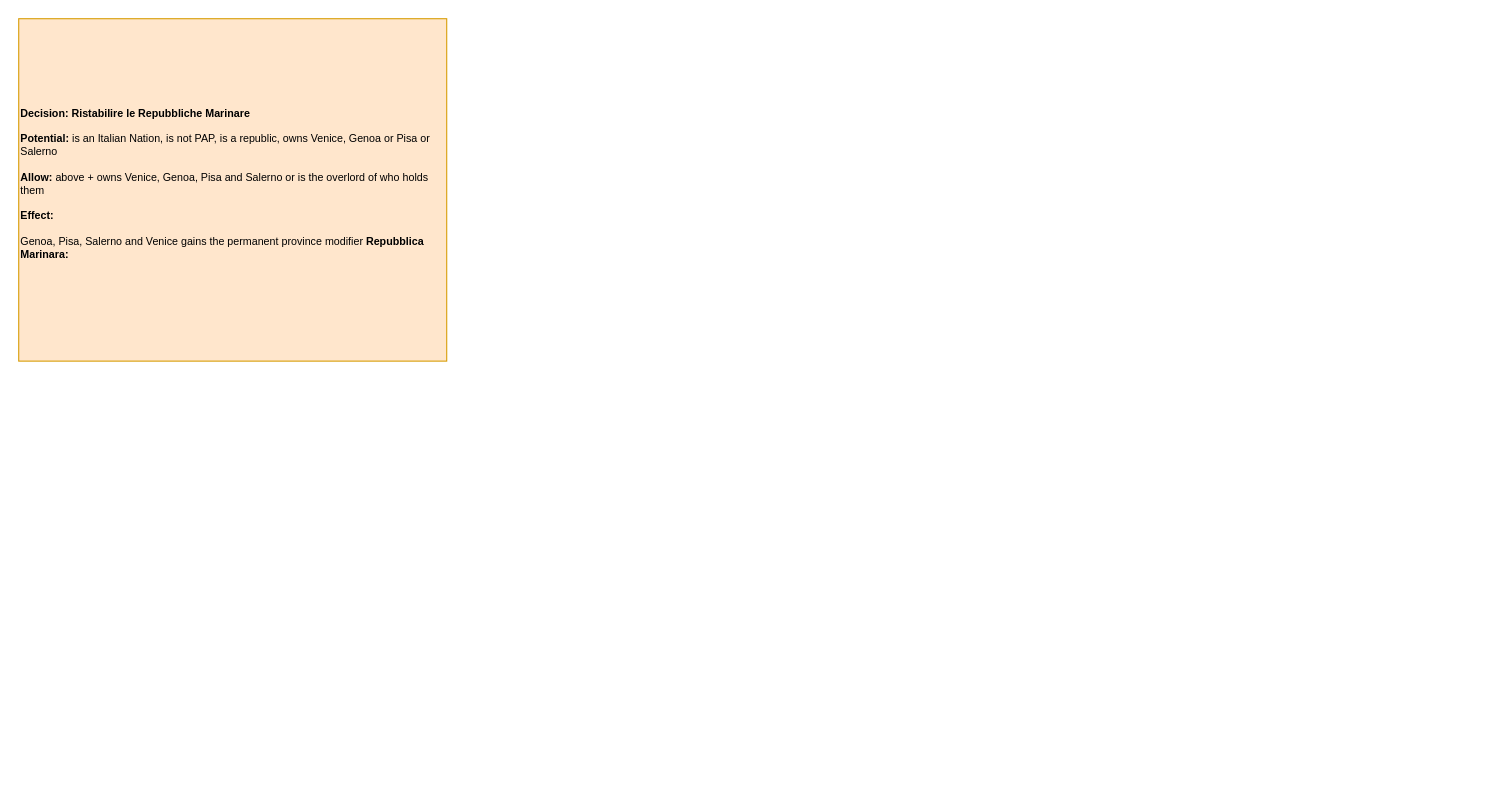
Above: page "Dec/Building" (4 of 4) of It's Spaghetti Time/It's Spaghetti Time.drawio in Melvasul/Missions-Expanded (draw.io), before the change. Source tidied: cells renumbered, new cells numbered last; positions are measured from the earlier drawing's top-left corner, leaving out a move shared by most shapes. Both pictures are drawn from the tidied source at 107%, with x=0, y=0 at pixel (18, 18).
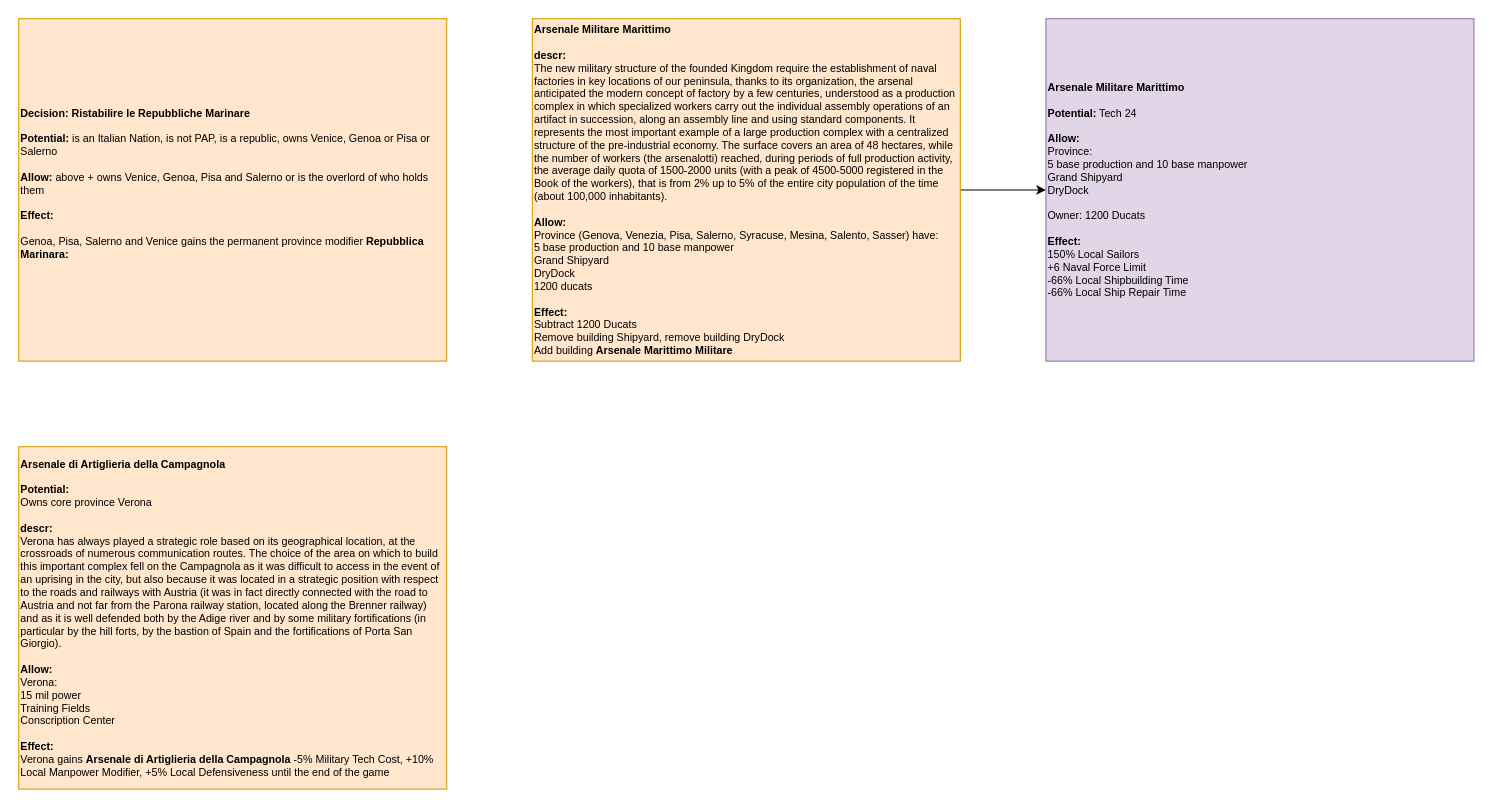
The same diagram, later.

The edit, as a diff of the source:
```diff
@@
 <mxGraphModel>
   <root>
     <mxCell id="0" />
     <mxCell id="1" parent="0" />
-    <mxCell id="2" value="&lt;div style=&quot;font-size: 10px&quot; align=&quot;left&quot;&gt;&lt;b style=&quot;font-size: 10px&quot;&gt;Decision: Ristabilire le Repubbliche Marinare&lt;/b&gt;&lt;/div&gt;&lt;div style=&quot;font-size: 10px&quot; align=&quot;left&quot;&gt;&lt;br style=&quot;font-size: 10px&quot;&gt;&lt;/div&gt;&lt;div style=&quot;font-size: 10px&quot; align=&quot;left&quot;&gt;&lt;b style=&quot;font-size: 10px&quot;&gt;Potential: &lt;/b&gt;is an Italian Nation, is not PAP, is a republic, owns Venice, Genoa or Pisa or Salerno&lt;/div&gt;&lt;div style=&quot;font-size: 10px&quot; align=&quot;left&quot;&gt;&lt;br&gt;&lt;/div&gt;&lt;div style=&quot;font-size: 10px&quot; align=&quot;left&quot;&gt;&lt;b style=&quot;font-size: 10px&quot;&gt;Allow:&lt;/b&gt;&amp;nbsp;above + owns Venice, Genoa, Pisa and Salerno or is the overlord of who holds them&lt;/div&gt;&lt;div style=&quot;font-size: 10px&quot; align=&quot;left&quot;&gt;&lt;br style=&quot;font-size: 10px&quot;&gt;&lt;/div&gt;&lt;div style=&quot;font-size: 10px&quot; align=&quot;left&quot;&gt;&lt;b style=&quot;font-size: 10px&quot;&gt;Effect:&lt;/b&gt;&lt;/div&gt;&lt;div style=&quot;font-size: 10px&quot; align=&quot;left&quot;&gt;&lt;b style=&quot;font-size: 10px&quot;&gt;&lt;br&gt;&lt;/b&gt;&lt;/div&gt;&lt;div style=&quot;font-size: 10px&quot; align=&quot;left&quot;&gt;Genoa, Pisa, Salerno and Venice gains the permanent province modifier&amp;nbsp;&lt;b style=&quot;font-size: 10px&quot;&gt;Repubblica Marinara:&lt;/b&gt;&amp;nbsp;&lt;/div&gt;&lt;div style=&quot;font-size: 10px&quot; align=&quot;left&quot;&gt;&lt;br style=&quot;font-size: 10px&quot;&gt;&lt;/div&gt;" style="rounded=0;whiteSpace=wrap;html=1;align=left;fontSize=10;fillColor=#ffe6cc;strokeColor=#d79b00;" parent="1" vertex="1">
+    <mxCell id="2" value="&lt;div style=&quot;font-size: 10px&quot; align=&quot;left&quot;&gt;&lt;b style=&quot;font-size: 10px&quot;&gt;Decision: Ristabilire le Repubbliche Marinare&lt;/b&gt;&lt;/div&gt;&lt;div style=&quot;font-size: 10px&quot; align=&quot;left&quot;&gt;&lt;br style=&quot;font-size: 10px&quot;&gt;&lt;/div&gt;&lt;div style=&quot;font-size: 10px&quot; align=&quot;left&quot;&gt;&lt;b style=&quot;font-size: 10px&quot;&gt;Potential: &lt;/b&gt;is an Italian Nation, is not PAP, is a republic, owns Venice, Genoa or Pisa or Salerno&lt;/div&gt;&lt;div style=&quot;font-size: 10px&quot; align=&quot;left&quot;&gt;&lt;br&gt;&lt;/div&gt;&lt;div style=&quot;font-size: 10px&quot; align=&quot;left&quot;&gt;&lt;b style=&quot;font-size: 10px&quot;&gt;Allow:&lt;/b&gt;&amp;nbsp;above + owns Venice, Genoa, Pisa and Salerno or is the overlord of who holds them&lt;/div&gt;&lt;div style=&quot;font-size: 10px&quot; align=&quot;left&quot;&gt;&lt;br style=&quot;font-size: 10px&quot;&gt;&lt;/div&gt;&lt;div style=&quot;font-size: 10px&quot; align=&quot;left&quot;&gt;&lt;b style=&quot;font-size: 10px&quot;&gt;Effect:&lt;/b&gt;&lt;/div&gt;&lt;div style=&quot;font-size: 10px&quot; align=&quot;left&quot;&gt;&lt;b style=&quot;font-size: 10px&quot;&gt;&lt;br&gt;&lt;/b&gt;&lt;/div&gt;&lt;div style=&quot;font-size: 10px&quot; align=&quot;left&quot;&gt;Genoa, Pisa, Salerno and Venice gains the permanent province modifier&amp;nbsp;&lt;b style=&quot;font-size: 10px&quot;&gt;Repubblica Marinara:&lt;/b&gt;&amp;nbsp;&lt;/div&gt;&lt;div style=&quot;font-size: 10px&quot; align=&quot;left&quot;&gt;&lt;br style=&quot;font-size: 10px&quot;&gt;&lt;/div&gt;" style="rounded=0;whiteSpace=wrap;html=1;align=left;fontSize=10;fillColor=#ffe6cc;strokeColor=#d79b00;fontColor=#000000;" parent="1" vertex="1">
       <mxGeometry width="400" height="320" as="geometry" />
     </mxCell>
+    <mxCell id="3" style="edgeStyle=orthogonalEdgeStyle;rounded=0;jettySize=auto;html=1;exitX=1;exitY=0.5;exitDx=0;exitDy=0;" parent="1" edge="1" source="4" target="5">
+      <mxGeometry relative="1" as="geometry" />
+    </mxCell>
+    <mxCell id="4" value="&lt;div style=&quot;font-size: 10px&quot; align=&quot;left&quot;&gt;&lt;b&gt;Arsenale Militare Marittimo&lt;/b&gt;&lt;/div&gt;&lt;div style=&quot;font-size: 10px&quot; align=&quot;left&quot;&gt;&lt;br&gt;&lt;/div&gt;&lt;div style=&quot;font-size: 10px&quot; align=&quot;left&quot;&gt;&lt;b&gt;descr:&lt;/b&gt;&lt;/div&gt;&lt;div style=&quot;font-size: 10px&quot; align=&quot;left&quot;&gt;The new military structure of the founded Kingdom require the&amp;nbsp;establishment of naval factories in key locations of our peninsula, thanks to its organization, the arsenal anticipated the modern concept of factory by a few centuries, understood as a production complex in which specialized workers carry out the individual assembly operations of an artifact in succession, along an assembly line and using standard components. It represents the most important example of a large production complex with a centralized structure of the pre-industrial economy. The surface covers an area of 48 hectares, while the number of workers (the arsenalotti) reached, during periods of full production activity, the average daily quota of 1500-2000 units (with a peak of 4500-5000 registered in the Book of the workers), that is from 2% up to 5% of the entire city population of the time (about 100,000 inhabitants).&amp;nbsp;&lt;/div&gt;&lt;div style=&quot;font-size: 10px&quot; align=&quot;left&quot;&gt;&lt;br&gt;&lt;/div&gt;&lt;div style=&quot;font-size: 10px&quot; align=&quot;left&quot;&gt;&lt;b style=&quot;font-size: 10px&quot;&gt;Allow:&lt;/b&gt;&amp;nbsp;&lt;/div&gt;&lt;div style=&quot;font-size: 10px&quot; align=&quot;left&quot;&gt;Province (Genova, Venezia, Pisa, Salerno, Syracuse, Mesina, Salento, Sasser) have:&lt;/div&gt;&lt;div style=&quot;font-size: 10px&quot; align=&quot;left&quot;&gt;5 base production and 10 base manpower&lt;/div&gt;&lt;div style=&quot;font-size: 10px&quot; align=&quot;left&quot;&gt;Grand Shipyard&lt;/div&gt;&lt;div style=&quot;font-size: 10px&quot; align=&quot;left&quot;&gt;DryDock&lt;/div&gt;&lt;div style=&quot;font-size: 10px&quot; align=&quot;left&quot;&gt;1200 ducats&lt;/div&gt;&lt;div style=&quot;font-size: 10px&quot; align=&quot;left&quot;&gt;&lt;br&gt;&lt;/div&gt;&lt;div style=&quot;font-size: 10px&quot; align=&quot;left&quot;&gt;&lt;b style=&quot;font-size: 10px&quot;&gt;Effect:&lt;/b&gt;&lt;/div&gt;&lt;div style=&quot;font-size: 10px&quot; align=&quot;left&quot;&gt;Subtract 1200 Ducats&lt;/div&gt;&lt;div style=&quot;font-size: 10px&quot; align=&quot;left&quot;&gt;Remove building Shipyard, remove building DryDock&lt;/div&gt;&lt;div style=&quot;font-size: 10px&quot; align=&quot;left&quot;&gt;Add building &lt;b&gt;Arsenale Marittimo Militare&lt;/b&gt;&amp;nbsp;&lt;/div&gt;" style="rounded=0;whiteSpace=wrap;html=1;align=left;fontSize=10;fillColor=#ffe6cc;strokeColor=#d79b00;fontColor=#000000;" parent="1" vertex="1">
+      <mxGeometry x="480" width="400" height="320" as="geometry" />
+    </mxCell>
+    <mxCell id="5" value="&lt;div style=&quot;font-size: 10px&quot; align=&quot;left&quot;&gt;&lt;b&gt;Arsenale Militare Marittimo&lt;/b&gt;&lt;/div&gt;&lt;div style=&quot;font-size: 10px&quot; align=&quot;left&quot;&gt;&lt;br style=&quot;font-size: 10px&quot;&gt;&lt;/div&gt;&lt;div style=&quot;font-size: 10px&quot; align=&quot;left&quot;&gt;&lt;b style=&quot;font-size: 10px&quot;&gt;Potential:&lt;/b&gt;&lt;span style=&quot;font-size: 10px&quot;&gt; Tech 24&lt;/span&gt;&lt;/div&gt;&lt;div style=&quot;font-size: 10px&quot; align=&quot;left&quot;&gt;&lt;br&gt;&lt;/div&gt;&lt;div style=&quot;font-size: 10px&quot; align=&quot;left&quot;&gt;&lt;b style=&quot;font-size: 10px&quot;&gt;Allow:&lt;/b&gt;&amp;nbsp;&lt;/div&gt;&lt;div style=&quot;font-size: 10px&quot; align=&quot;left&quot;&gt;&lt;span&gt;Province:&lt;/span&gt;&lt;/div&gt;&lt;div style=&quot;font-size: 10px&quot; align=&quot;left&quot;&gt;&lt;span&gt;5 base production and 10 base manpower&lt;/span&gt;&lt;br&gt;&lt;/div&gt;&lt;div style=&quot;font-size: 10px&quot; align=&quot;left&quot;&gt;Grand Shipyard&lt;/div&gt;&lt;div style=&quot;font-size: 10px&quot; align=&quot;left&quot;&gt;DryDock&lt;/div&gt;&lt;div style=&quot;font-size: 10px&quot; align=&quot;left&quot;&gt;&lt;br&gt;&lt;/div&gt;&lt;div style=&quot;font-size: 10px&quot; align=&quot;left&quot;&gt;Owner: 1200 Ducats&lt;/div&gt;&lt;div style=&quot;font-size: 10px&quot; align=&quot;left&quot;&gt;&lt;br style=&quot;font-size: 10px&quot;&gt;&lt;/div&gt;&lt;div style=&quot;font-size: 10px&quot; align=&quot;left&quot;&gt;&lt;b style=&quot;font-size: 10px&quot;&gt;Effect:&lt;/b&gt;&lt;/div&gt;&lt;div style=&quot;font-size: 10px&quot; align=&quot;left&quot;&gt;150% Local Sailors&lt;/div&gt;&lt;div style=&quot;font-size: 10px&quot; align=&quot;left&quot;&gt;+6 Naval Force Limit&lt;/div&gt;&lt;div style=&quot;font-size: 10px&quot; align=&quot;left&quot;&gt;-66% Local Shipbuilding Time&lt;/div&gt;&lt;div style=&quot;font-size: 10px&quot; align=&quot;left&quot;&gt;-66% Local Ship Repair Time&lt;/div&gt;" style="rounded=0;whiteSpace=wrap;html=1;align=left;fontSize=10;fillColor=#e1d5e7;strokeColor=#9673a6;fontColor=#000000;" parent="1" vertex="1">
+      <mxGeometry x="960" width="400" height="320" as="geometry" />
+    </mxCell>
+    <mxCell id="6" value="&lt;div align=&quot;left&quot;&gt;&lt;b&gt;Arsenale di Artiglieria della Campagnola&lt;/b&gt;&lt;br&gt;&lt;/div&gt;&lt;div style=&quot;font-size: 10px&quot; align=&quot;left&quot;&gt;&lt;br style=&quot;font-size: 10px&quot;&gt;&lt;/div&gt;&lt;div style=&quot;font-size: 10px&quot; align=&quot;left&quot;&gt;&lt;b style=&quot;font-size: 10px&quot;&gt;Potential:&lt;/b&gt;&lt;/div&gt;&lt;div style=&quot;font-size: 10px&quot; align=&quot;left&quot;&gt;Owns core province Verona&lt;br&gt;&lt;/div&gt;&lt;div style=&quot;font-size: 10px&quot; align=&quot;left&quot;&gt;&lt;br&gt;&lt;/div&gt;&lt;div style=&quot;font-size: 10px&quot; align=&quot;left&quot;&gt;&lt;b&gt;descr:&lt;/b&gt;&lt;/div&gt;&lt;div align=&quot;left&quot;&gt;Verona has always played a strategic role based on its geographical location, at the crossroads of numerous communication routes.&amp;nbsp;The choice of the area on which to build this important complex fell on the Campagnola as it was difficult to access in the event of an uprising in the city, but also because it was located in a strategic position with respect to the roads and railways with Austria (it was in fact directly connected with the road to Austria and not far from the Parona railway station, located along the Brenner railway) and as it is well defended both by the Adige river and by some military fortifications (in particular by the hill forts, by the bastion of Spain and the fortifications of Porta San Giorgio).&amp;nbsp;&lt;/div&gt;&lt;div align=&quot;left&quot;&gt;&lt;br&gt;&lt;/div&gt;&lt;div style=&quot;font-size: 10px&quot; align=&quot;left&quot;&gt;&lt;b style=&quot;font-size: 10px&quot;&gt;Allow:&lt;/b&gt;&amp;nbsp;&lt;/div&gt;&lt;div style=&quot;font-size: 10px&quot; align=&quot;left&quot;&gt;&lt;span&gt;Verona:&lt;/span&gt;&lt;br&gt;&lt;/div&gt;&lt;div style=&quot;font-size: 10px&quot; align=&quot;left&quot;&gt;&lt;div align=&quot;left&quot;&gt;15 mil power&lt;/div&gt;&lt;div align=&quot;left&quot;&gt;Training Fields&lt;/div&gt;&lt;div align=&quot;left&quot;&gt;Conscription Center&lt;/div&gt;&lt;/div&gt;&lt;div style=&quot;font-size: 10px&quot; align=&quot;left&quot;&gt;&lt;br&gt;&lt;/div&gt;&lt;div style=&quot;font-size: 10px&quot; align=&quot;left&quot;&gt;&lt;b style=&quot;font-size: 10px&quot;&gt;Effect:&lt;/b&gt;&lt;/div&gt;&lt;div style=&quot;font-size: 10px&quot; align=&quot;left&quot;&gt;Verona gains&amp;nbsp;&lt;b&gt;Arsenale di Artiglieria della Campagnola&lt;/b&gt;&amp;nbsp;-5% Military Tech Cost, +10% Local Manpower Modifier, +5% Local Defensiveness until the end of the game&amp;nbsp;&lt;/div&gt;" style="rounded=0;whiteSpace=wrap;html=1;align=left;fontSize=10;fillColor=#ffe6cc;strokeColor=#d79b00;fontColor=#000000;" parent="1" vertex="1">
+      <mxGeometry y="400" width="400" height="320" as="geometry" />
+    </mxCell>
   </root>
 </mxGraphModel>
```
